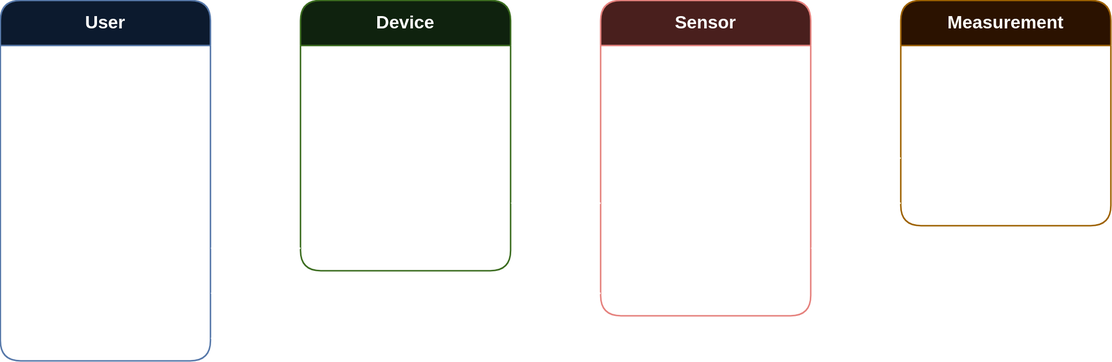
The draw.io diagram docs/SensorsAPI.drawio.svg in LuxerIThink/sensors-api, before a commit. Source tidied: cells renumbered, new cells last; positions are measured from the earlier drawing's top-left corner, leaving out a move shared by most shapes.
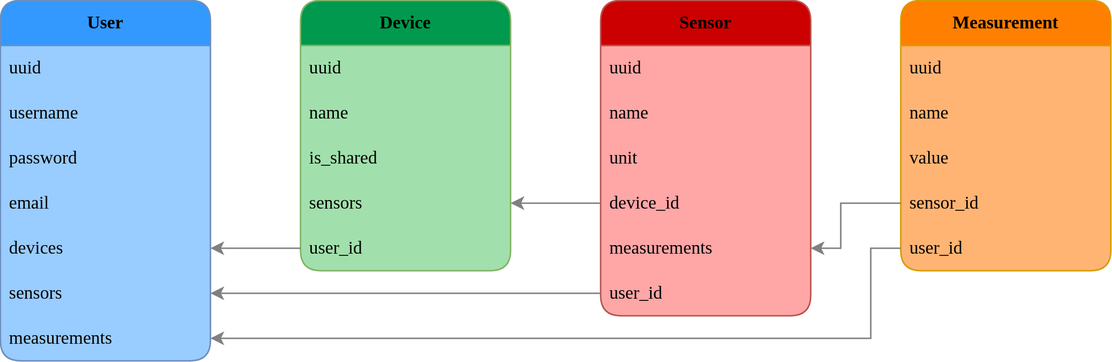
After the commit.

Change to the diagram source:
```diff
@@ -2,105 +2,108 @@
   <root>
     <mxCell id="0" />
     <mxCell id="1" parent="0" />
-    <mxCell id="2" value="&lt;b&gt;User&lt;/b&gt;" style="swimlane;fontStyle=0;horizontal=1;startSize=30;whiteSpace=wrap;html=1;fillColor=#dae8fc;strokeColor=#6c8ebf;rounded=1;" parent="1" vertex="1">
+    <mxCell id="2" value="&lt;b&gt;&lt;font&gt;User&lt;/font&gt;&lt;/b&gt;" style="swimlane;fontStyle=0;horizontal=1;startSize=30;whiteSpace=wrap;html=1;fillColor=#3399FF;strokeColor=#6c8ebf;rounded=1;swimlaneFillColor=#99CCFF;gradientColor=none;labelBorderColor=none;labelBackgroundColor=none;fontFamily=Tahoma;glass=0;" parent="1" vertex="1">
       <mxGeometry width="140" height="240" as="geometry" />
     </mxCell>
-    <mxCell id="3" value="uuid" style="text;strokeColor=none;fillColor=none;align=left;verticalAlign=middle;spacingLeft=4;spacingRight=4;overflow=hidden;whiteSpace=wrap;html=1;" parent="2" vertex="1">
+    <mxCell id="3" value="uuid" style="text;strokeColor=none;fillColor=none;align=left;verticalAlign=middle;spacingLeft=4;spacingRight=4;overflow=hidden;whiteSpace=wrap;html=1;fontFamily=Tahoma;" parent="2" vertex="1">
       <mxGeometry y="30" width="140" height="30" as="geometry" />
     </mxCell>
-    <mxCell id="4" value="username" style="text;strokeColor=none;fillColor=none;align=left;verticalAlign=middle;spacingLeft=4;spacingRight=4;overflow=hidden;whiteSpace=wrap;html=1;" parent="2" vertex="1">
+    <mxCell id="4" value="username" style="text;strokeColor=none;fillColor=none;align=left;verticalAlign=middle;spacingLeft=4;spacingRight=4;overflow=hidden;whiteSpace=wrap;html=1;fontFamily=Tahoma;" parent="2" vertex="1">
       <mxGeometry y="60" width="140" height="30" as="geometry" />
     </mxCell>
-    <mxCell id="5" value="password" style="text;strokeColor=none;fillColor=none;align=left;verticalAlign=middle;spacingLeft=4;spacingRight=4;overflow=hidden;whiteSpace=wrap;html=1;" parent="2" vertex="1">
+    <mxCell id="5" value="password" style="text;strokeColor=none;fillColor=none;align=left;verticalAlign=middle;spacingLeft=4;spacingRight=4;overflow=hidden;whiteSpace=wrap;html=1;fontFamily=Tahoma;" parent="2" vertex="1">
       <mxGeometry y="90" width="140" height="30" as="geometry" />
     </mxCell>
-    <mxCell id="6" value="email" style="text;strokeColor=none;fillColor=none;align=left;verticalAlign=middle;spacingLeft=4;spacingRight=4;overflow=hidden;whiteSpace=wrap;html=1;" parent="2" vertex="1">
+    <mxCell id="6" value="email" style="text;strokeColor=none;fillColor=none;align=left;verticalAlign=middle;spacingLeft=4;spacingRight=4;overflow=hidden;whiteSpace=wrap;html=1;fontFamily=Tahoma;" parent="2" vertex="1">
       <mxGeometry y="120" width="140" height="30" as="geometry" />
     </mxCell>
-    <mxCell id="7" value="devices" style="text;strokeColor=none;fillColor=none;align=left;verticalAlign=middle;spacingLeft=4;spacingRight=4;overflow=hidden;points=[[0,0.5],[1,0.5]];portConstraint=eastwest;whiteSpace=wrap;html=1;" parent="2" vertex="1">
+    <mxCell id="7" value="devices" style="text;strokeColor=none;fillColor=none;align=left;verticalAlign=middle;spacingLeft=4;spacingRight=4;overflow=hidden;points=[[0,0.5],[1,0.5]];portConstraint=eastwest;whiteSpace=wrap;html=1;fontFamily=Tahoma;" parent="2" vertex="1">
       <mxGeometry y="150" width="140" height="30" as="geometry" />
     </mxCell>
-    <mxCell id="8" value="sensors" style="text;strokeColor=none;fillColor=none;align=left;verticalAlign=middle;spacingLeft=4;spacingRight=4;overflow=hidden;points=[[0,0.5],[1,0.5]];portConstraint=eastwest;whiteSpace=wrap;html=1;" parent="2" vertex="1">
+    <mxCell id="8" value="sensors" style="text;strokeColor=none;fillColor=none;align=left;verticalAlign=middle;spacingLeft=4;spacingRight=4;overflow=hidden;points=[[0,0.5],[1,0.5]];portConstraint=eastwest;whiteSpace=wrap;html=1;fontFamily=Tahoma;" parent="2" vertex="1">
       <mxGeometry y="180" width="140" height="30" as="geometry" />
     </mxCell>
-    <mxCell id="9" value="measurements" style="text;strokeColor=none;fillColor=none;align=left;verticalAlign=middle;spacingLeft=4;spacingRight=4;overflow=hidden;points=[[0,0.5],[1,0.5]];portConstraint=eastwest;whiteSpace=wrap;html=1;" parent="2" vertex="1">
+    <mxCell id="9" value="measurements" style="text;strokeColor=none;fillColor=none;align=left;verticalAlign=middle;spacingLeft=4;spacingRight=4;overflow=hidden;points=[[0,0.5],[1,0.5]];portConstraint=eastwest;whiteSpace=wrap;html=1;fontFamily=Tahoma;" parent="2" vertex="1">
       <mxGeometry y="210" width="140" height="30" as="geometry" />
     </mxCell>
-    <mxCell id="10" value="&lt;b&gt;Device&lt;/b&gt;" style="swimlane;fontStyle=0;horizontal=1;startSize=30;whiteSpace=wrap;html=1;fillColor=#d5e8d4;strokeColor=#82b366;rounded=1;" parent="1" vertex="1">
+    <mxCell id="10" value="&lt;b&gt;&lt;font&gt;Device&lt;/font&gt;&lt;/b&gt;" style="swimlane;fontStyle=0;horizontal=1;startSize=30;whiteSpace=wrap;html=1;fillColor=#00994D;strokeColor=#82b366;rounded=1;swimlaneFillColor=#A1E0AC;fontFamily=Tahoma;" parent="1" vertex="1">
       <mxGeometry x="200" width="140" height="180" as="geometry" />
     </mxCell>
-    <mxCell id="11" value="uuid" style="text;strokeColor=none;fillColor=none;align=left;verticalAlign=middle;spacingLeft=4;spacingRight=4;overflow=hidden;whiteSpace=wrap;html=1;" parent="10" vertex="1">
+    <mxCell id="11" value="uuid" style="text;strokeColor=none;fillColor=none;align=left;verticalAlign=middle;spacingLeft=4;spacingRight=4;overflow=hidden;whiteSpace=wrap;html=1;fontFamily=Tahoma;" parent="10" vertex="1">
       <mxGeometry y="30" width="140" height="30" as="geometry" />
     </mxCell>
-    <mxCell id="12" value="name" style="text;strokeColor=none;fillColor=none;align=left;verticalAlign=middle;spacingLeft=4;spacingRight=4;overflow=hidden;whiteSpace=wrap;html=1;" parent="10" vertex="1">
+    <mxCell id="12" value="name" style="text;strokeColor=none;fillColor=none;align=left;verticalAlign=middle;spacingLeft=4;spacingRight=4;overflow=hidden;whiteSpace=wrap;html=1;fontFamily=Tahoma;" parent="10" vertex="1">
       <mxGeometry y="60" width="140" height="30" as="geometry" />
     </mxCell>
-    <mxCell id="13" value="is_shared" style="text;strokeColor=none;fillColor=none;align=left;verticalAlign=middle;spacingLeft=4;spacingRight=4;overflow=hidden;whiteSpace=wrap;html=1;" parent="10" vertex="1">
+    <mxCell id="13" value="is_shared" style="text;strokeColor=none;fillColor=none;align=left;verticalAlign=middle;spacingLeft=4;spacingRight=4;overflow=hidden;whiteSpace=wrap;html=1;fontFamily=Tahoma;" parent="10" vertex="1">
       <mxGeometry y="90" width="140" height="30" as="geometry" />
     </mxCell>
-    <mxCell id="14" value="sensors" style="text;strokeColor=none;fillColor=none;align=left;verticalAlign=middle;spacingLeft=4;spacingRight=4;overflow=hidden;points=[[0,0.5],[1,0.5]];portConstraint=eastwest;whiteSpace=wrap;html=1;" parent="10" vertex="1">
+    <mxCell id="14" value="sensors" style="text;strokeColor=none;fillColor=none;align=left;verticalAlign=middle;spacingLeft=4;spacingRight=4;overflow=hidden;points=[[0,0.5],[1,0.5]];portConstraint=eastwest;whiteSpace=wrap;html=1;fontFamily=Tahoma;" parent="10" vertex="1">
       <mxGeometry y="120" width="140" height="30" as="geometry" />
     </mxCell>
-    <mxCell id="15" value="user_id" style="text;strokeColor=none;fillColor=none;align=left;verticalAlign=middle;spacingLeft=4;spacingRight=4;overflow=hidden;points=[[0,0.5],[1,0.5]];portConstraint=eastwest;whiteSpace=wrap;html=1;" parent="10" vertex="1">
+    <mxCell id="15" value="user_id" style="text;strokeColor=none;fillColor=none;align=left;verticalAlign=middle;spacingLeft=4;spacingRight=4;overflow=hidden;points=[[0,0.5],[1,0.5]];portConstraint=eastwest;whiteSpace=wrap;html=1;fontFamily=Tahoma;" parent="10" vertex="1">
       <mxGeometry y="150" width="140" height="30" as="geometry" />
     </mxCell>
-    <mxCell id="16" value="&lt;b&gt;Sensor&lt;/b&gt;" style="swimlane;fontStyle=0;horizontal=1;startSize=30;whiteSpace=wrap;html=1;fillColor=#f8cecc;strokeColor=#b85450;rounded=1;" parent="1" vertex="1">
+    <mxCell id="16" value="&lt;b&gt;&lt;font&gt;Sensor&lt;/font&gt;&lt;/b&gt;" style="swimlane;fontStyle=0;horizontal=1;startSize=30;whiteSpace=wrap;html=1;fillColor=#CC0000;strokeColor=#b85450;rounded=1;swimlaneFillColor=#FFA6A6;fontFamily=Tahoma;" parent="1" vertex="1">
       <mxGeometry x="400" width="140" height="210" as="geometry" />
     </mxCell>
-    <mxCell id="17" value="uuid" style="text;strokeColor=none;fillColor=none;align=left;verticalAlign=middle;spacingLeft=4;spacingRight=4;overflow=hidden;whiteSpace=wrap;html=1;" parent="16" vertex="1">
+    <mxCell id="17" value="uuid" style="text;strokeColor=none;fillColor=none;align=left;verticalAlign=middle;spacingLeft=4;spacingRight=4;overflow=hidden;whiteSpace=wrap;html=1;fontFamily=Tahoma;" parent="16" vertex="1">
       <mxGeometry y="30" width="140" height="30" as="geometry" />
     </mxCell>
-    <mxCell id="18" value="name" style="text;strokeColor=none;fillColor=none;align=left;verticalAlign=middle;spacingLeft=4;spacingRight=4;overflow=hidden;whiteSpace=wrap;html=1;" parent="16" vertex="1">
+    <mxCell id="18" value="name" style="text;strokeColor=none;fillColor=none;align=left;verticalAlign=middle;spacingLeft=4;spacingRight=4;overflow=hidden;whiteSpace=wrap;html=1;fontFamily=Tahoma;" parent="16" vertex="1">
       <mxGeometry y="60" width="140" height="30" as="geometry" />
     </mxCell>
-    <mxCell id="19" value="unit" style="text;strokeColor=none;fillColor=none;align=left;verticalAlign=middle;spacingLeft=4;spacingRight=4;overflow=hidden;whiteSpace=wrap;html=1;" parent="16" vertex="1">
+    <mxCell id="19" value="unit" style="text;strokeColor=none;fillColor=none;align=left;verticalAlign=middle;spacingLeft=4;spacingRight=4;overflow=hidden;whiteSpace=wrap;html=1;fontFamily=Tahoma;" parent="16" vertex="1">
       <mxGeometry y="90" width="140" height="30" as="geometry" />
     </mxCell>
-    <mxCell id="20" value="device_id" style="text;strokeColor=none;fillColor=none;align=left;verticalAlign=middle;spacingLeft=4;spacingRight=4;overflow=hidden;points=[[0,0.5],[1,0.5]];portConstraint=eastwest;whiteSpace=wrap;html=1;" parent="16" vertex="1">
+    <mxCell id="20" value="device_id" style="text;strokeColor=none;fillColor=none;align=left;verticalAlign=middle;spacingLeft=4;spacingRight=4;overflow=hidden;points=[[0,0.5],[1,0.5]];portConstraint=eastwest;whiteSpace=wrap;html=1;fontFamily=Tahoma;" parent="16" vertex="1">
       <mxGeometry y="120" width="140" height="30" as="geometry" />
     </mxCell>
-    <mxCell id="21" value="measurements" style="text;strokeColor=none;fillColor=none;align=left;verticalAlign=middle;spacingLeft=4;spacingRight=4;overflow=hidden;points=[[0,0.5],[1,0.5]];portConstraint=eastwest;whiteSpace=wrap;html=1;" parent="16" vertex="1">
+    <mxCell id="21" value="measurements" style="text;strokeColor=none;fillColor=none;align=left;verticalAlign=middle;spacingLeft=4;spacingRight=4;overflow=hidden;points=[[0,0.5],[1,0.5]];portConstraint=eastwest;whiteSpace=wrap;html=1;fontFamily=Tahoma;" parent="16" vertex="1">
       <mxGeometry y="150" width="140" height="30" as="geometry" />
     </mxCell>
-    <mxCell id="22" value="user_id" style="text;strokeColor=none;fillColor=none;align=left;verticalAlign=middle;spacingLeft=4;spacingRight=4;overflow=hidden;points=[[0,0.5],[1,0.5]];portConstraint=eastwest;whiteSpace=wrap;html=1;" parent="16" vertex="1">
+    <mxCell id="22" value="user_id" style="text;strokeColor=none;fillColor=none;align=left;verticalAlign=middle;spacingLeft=4;spacingRight=4;overflow=hidden;points=[[0,0.5],[1,0.5]];portConstraint=eastwest;whiteSpace=wrap;html=1;fontFamily=Tahoma;" parent="16" vertex="1">
       <mxGeometry y="180" width="140" height="30" as="geometry" />
     </mxCell>
-    <mxCell id="23" style="edgeStyle=orthogonalEdgeStyle;rounded=0;jettySize=auto;html=1;entryX=1;entryY=0.5;entryDx=0;entryDy=0;" parent="1" edge="1" source="15" target="7">
+    <mxCell id="23" style="edgeStyle=orthogonalEdgeStyle;rounded=0;jettySize=auto;html=1;entryX=1;entryY=0.5;entryDx=0;entryDy=0;strokeColor=#808080;" parent="1" edge="1" source="15" target="7">
       <mxGeometry relative="1" as="geometry" />
     </mxCell>
-    <mxCell id="24" style="edgeStyle=orthogonalEdgeStyle;rounded=0;jettySize=auto;html=1;entryX=1;entryY=0.5;entryDx=0;entryDy=0;" parent="1" edge="1" source="20" target="14">
+    <mxCell id="24" style="edgeStyle=orthogonalEdgeStyle;rounded=0;jettySize=auto;html=1;entryX=1;entryY=0.5;entryDx=0;entryDy=0;strokeColor=#808080;" parent="1" edge="1" source="20" target="14">
       <mxGeometry relative="1" as="geometry" />
     </mxCell>
-    <mxCell id="25" value="&lt;b&gt;Measurement&lt;/b&gt;" style="swimlane;fontStyle=0;horizontal=1;startSize=30;whiteSpace=wrap;html=1;fillColor=#ffe6cc;strokeColor=#d79b00;rounded=1;" parent="1" vertex="1">
-      <mxGeometry x="600" width="140" height="150" as="geometry" />
+    <mxCell id="25" value="&lt;b&gt;&lt;font&gt;Measurement&lt;/font&gt;&lt;/b&gt;" style="swimlane;fontStyle=0;horizontal=1;startSize=30;whiteSpace=wrap;html=1;fillColor=#FF8000;strokeColor=#d79b00;rounded=1;swimlaneFillColor=#FFB473;fontFamily=Tahoma;" parent="1" vertex="1">
+      <mxGeometry x="600" width="140" height="180" as="geometry" />
     </mxCell>
-    <mxCell id="26" value="name" style="text;strokeColor=none;fillColor=none;align=left;verticalAlign=middle;spacingLeft=4;spacingRight=4;overflow=hidden;whiteSpace=wrap;html=1;" parent="25" vertex="1">
+    <mxCell id="26" value="uuid" style="text;strokeColor=none;fillColor=none;align=left;verticalAlign=middle;spacingLeft=4;spacingRight=4;overflow=hidden;whiteSpace=wrap;html=1;fontFamily=Tahoma;" parent="25" vertex="1">
       <mxGeometry y="30" width="140" height="30" as="geometry" />
     </mxCell>
+    <mxCell id="33" value="name" style="text;strokeColor=none;fillColor=none;align=left;verticalAlign=middle;spacingLeft=4;spacingRight=4;overflow=hidden;whiteSpace=wrap;html=1;fontFamily=Tahoma;" parent="25" vertex="1">
+      <mxGeometry y="60" width="140" height="30" as="geometry" />
+    </mxCell>
-    <mxCell id="27" value="unit" style="text;strokeColor=none;fillColor=none;align=left;verticalAlign=middle;spacingLeft=4;spacingRight=4;overflow=hidden;whiteSpace=wrap;html=1;" parent="25" vertex="1">
-      <mxGeometry y="60" width="140" height="30" as="geometry" />
+    <mxCell id="27" value="value" style="text;strokeColor=none;fillColor=none;align=left;verticalAlign=middle;spacingLeft=4;spacingRight=4;overflow=hidden;whiteSpace=wrap;html=1;fontFamily=Tahoma;" parent="25" vertex="1">
+      <mxGeometry y="90" width="140" height="30" as="geometry" />
     </mxCell>
-    <mxCell id="28" value="sensor_id" style="text;strokeColor=none;fillColor=none;align=left;verticalAlign=middle;spacingLeft=4;spacingRight=4;overflow=hidden;points=[[0,0.5],[1,0.5]];portConstraint=eastwest;whiteSpace=wrap;html=1;" parent="25" vertex="1">
-      <mxGeometry y="90" width="140" height="30" as="geometry" />
+    <mxCell id="28" value="sensor_id" style="text;strokeColor=none;fillColor=none;align=left;verticalAlign=middle;spacingLeft=4;spacingRight=4;overflow=hidden;points=[[0,0.5],[1,0.5]];portConstraint=eastwest;whiteSpace=wrap;html=1;fontFamily=Tahoma;" parent="25" vertex="1">
+      <mxGeometry y="120" width="140" height="30" as="geometry" />
     </mxCell>
-    <mxCell id="29" value="user_id" style="text;strokeColor=none;fillColor=none;align=left;verticalAlign=middle;spacingLeft=4;spacingRight=4;overflow=hidden;points=[[0,0.5],[1,0.5]];portConstraint=eastwest;whiteSpace=wrap;html=1;" parent="25" vertex="1">
-      <mxGeometry y="120" width="140" height="30" as="geometry" />
+    <mxCell id="29" value="user_id" style="text;strokeColor=none;fillColor=none;align=left;verticalAlign=middle;spacingLeft=4;spacingRight=4;overflow=hidden;points=[[0,0.5],[1,0.5]];portConstraint=eastwest;whiteSpace=wrap;html=1;fontFamily=Tahoma;" parent="25" vertex="1">
+      <mxGeometry y="150" width="140" height="30" as="geometry" />
     </mxCell>
-    <mxCell id="30" style="edgeStyle=orthogonalEdgeStyle;rounded=0;jettySize=auto;html=1;" parent="1" edge="1" source="22" target="8">
+    <mxCell id="30" style="edgeStyle=orthogonalEdgeStyle;rounded=0;jettySize=auto;html=1;strokeColor=#808080;" parent="1" edge="1" source="22" target="8">
       <mxGeometry relative="1" as="geometry" />
     </mxCell>
-    <mxCell id="31" style="edgeStyle=orthogonalEdgeStyle;rounded=0;jettySize=auto;html=1;entryX=1;entryY=0.5;entryDx=0;entryDy=0;" parent="1" edge="1" source="28" target="21">
+    <mxCell id="31" style="edgeStyle=orthogonalEdgeStyle;rounded=0;jettySize=auto;html=1;entryX=1;entryY=0.5;entryDx=0;entryDy=0;exitX=0;exitY=0.5;exitDx=0;exitDy=0;strokeColor=#808080;" parent="1" edge="1" source="28" target="21">
       <mxGeometry relative="1" as="geometry">
         <Array as="points">
-          <mxPoint x="560" y="105" />
+          <mxPoint x="560" y="135" />
           <mxPoint x="560" y="165" />
         </Array>
       </mxGeometry>
     </mxCell>
-    <mxCell id="32" style="edgeStyle=orthogonalEdgeStyle;rounded=0;jettySize=auto;html=1;" parent="1" edge="1" source="29" target="9">
+    <mxCell id="32" style="edgeStyle=orthogonalEdgeStyle;rounded=0;jettySize=auto;html=1;exitX=0;exitY=0.5;exitDx=0;exitDy=0;strokeColor=#808080;" parent="1" edge="1" source="29" target="9">
       <mxGeometry relative="1" as="geometry">
         <Array as="points">
-          <mxPoint x="580" y="135" />
+          <mxPoint x="580" y="165" />
           <mxPoint x="580" y="225" />
         </Array>
       </mxGeometry>
```
